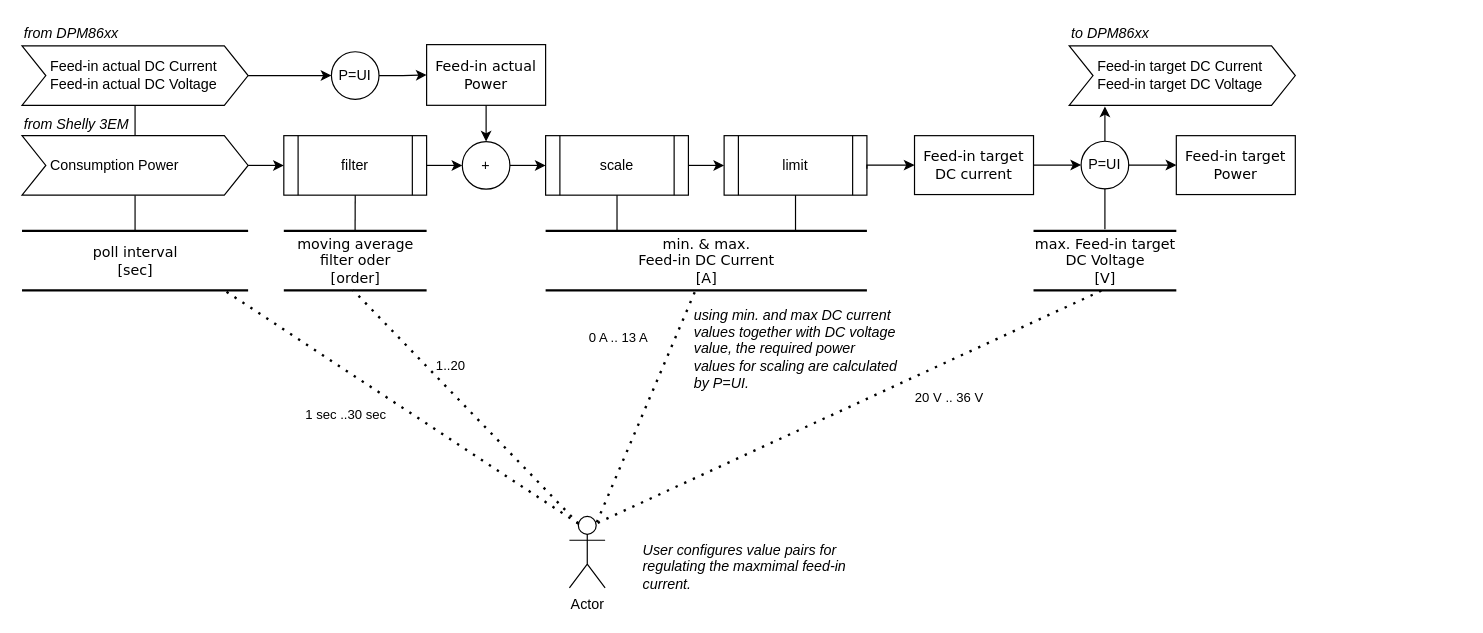
Earlier version of the draw.io diagram docs/images/processing.drawio (JoTid/PVZero). Source tidied: cells renumbered, new cells numbered last; positions are measured from the earlier drawing's top-left corner, leaving out a move shared by most shapes. Both pictures are drawn from the tidied source at 119%, with x=0, y=0 at pixel (21, 21).
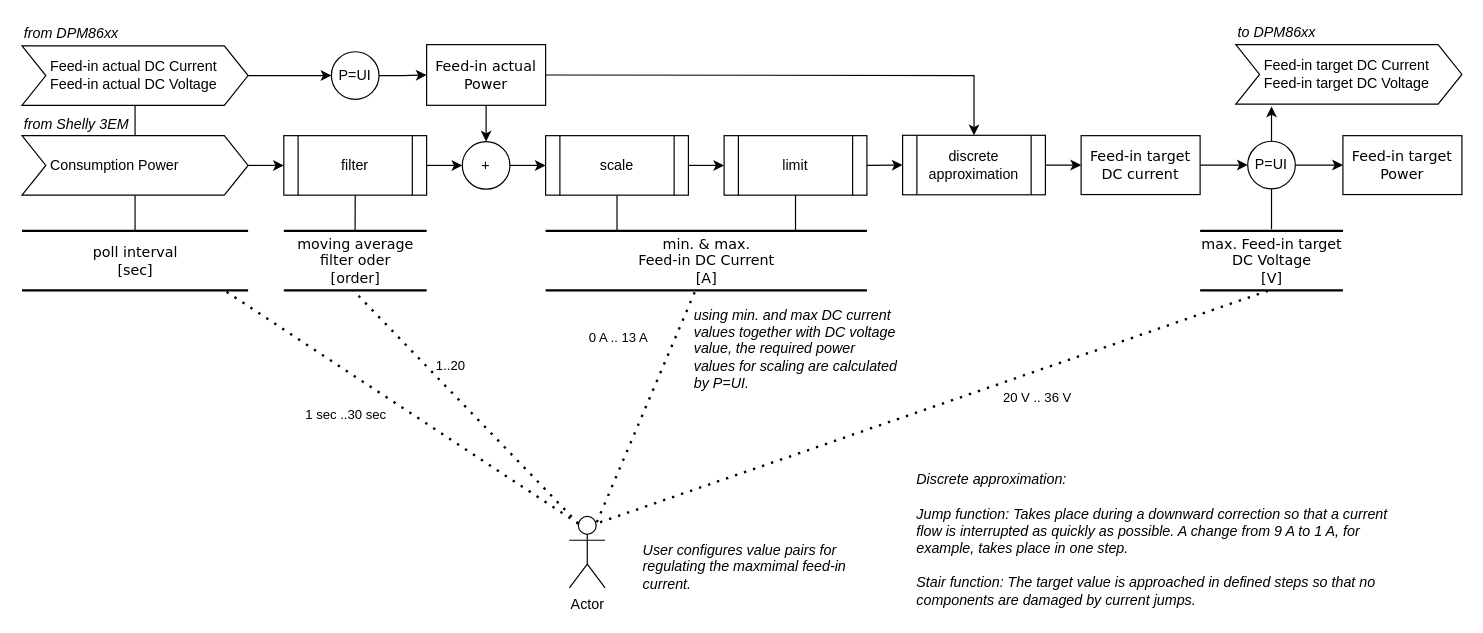
The same page after the edit.

Commit message (it also covers changes not shown here):
Update the description of control algorithm

The change refers to these unchanged cells:
```xml
<mxCell id="30" value="Feed-in actual&lt;br&gt;Power" style="whiteSpace=wrap;html=1;rounded=0;shadow=0;comic=0;labelBackgroundColor=none;strokeWidth=1;fontFamily=Verdana;fontSize=12;align=center;fillColor=none;" parent="1" vertex="1">
  <mxGeometry x="340" y="19" width="100" height="51" as="geometry" />
</mxCell>
<mxCell id="37" value="limit" style="shape=process;whiteSpace=wrap;html=1;backgroundOutline=1;fillColor=none;" parent="1" vertex="1">
  <mxGeometry x="590" y="95.5" width="120" height="50" as="geometry" />
</mxCell>
```

Diff of the diagram source:
```diff
@@
     <mxCell id="2" value="max. Feed-in target&lt;br&gt;DC Voltage&lt;br&gt;[V]" style="html=1;rounded=0;shadow=0;comic=0;labelBackgroundColor=none;strokeWidth=2;fontFamily=Verdana;fontSize=12;align=center;shape=mxgraph.ios7ui.horLines;fillColor=none;" parent="1" vertex="1">
-      <mxGeometry x="850" y="175.5" width="120" height="50" as="geometry" />
+      <mxGeometry x="990" y="175.5" width="120" height="50" as="geometry" />
     </mxCell>
@@
-    <mxCell id="4" style="edgeStyle=orthogonalEdgeStyle;rounded=0;jettySize=auto;html=1;entryX=0;entryY=0.5;entryDx=0;entryDy=0;" parent="1" edge="1" target="8">
-      <mxGeometry relative="1" as="geometry">
-        <mxPoint x="710" y="123.4" as="sourcePoint" />
-        <Array as="points">
-          <mxPoint x="710" y="123.5" />
-          <mxPoint x="710" y="123.5" />
-        </Array>
-      </mxGeometry>
-    </mxCell>
@@
     <mxCell id="8" value="Feed-in target DC current" style="whiteSpace=wrap;html=1;rounded=0;shadow=0;comic=0;labelBackgroundColor=none;strokeWidth=1;fontFamily=Verdana;fontSize=12;align=center;fillColor=none;spacingLeft=0;" parent="1" vertex="1">
-      <mxGeometry x="750" y="95.5" width="100" height="49.5" as="geometry" />
+      <mxGeometry x="890" y="95.5" width="100" height="49.5" as="geometry" />
     </mxCell>
@@
     <mxCell id="35" value="Feed-in target&lt;br&gt;Power" style="whiteSpace=wrap;html=1;rounded=0;shadow=0;comic=0;labelBackgroundColor=none;strokeWidth=1;fontFamily=Verdana;fontSize=12;align=center;fillColor=none;spacingLeft=0;" parent="1" vertex="1">
-      <mxGeometry x="970" y="95.5" width="100" height="49.5" as="geometry" />
+      <mxGeometry x="1110" y="95.5" width="100" height="49.5" as="geometry" />
     </mxCell>
     <mxCell id="36" value="P=UI" style="ellipse;whiteSpace=wrap;html=1;" parent="1" vertex="1">
-      <mxGeometry x="890" y="100.2" width="40" height="40" as="geometry" />
+      <mxGeometry x="1030" y="100.2" width="40" height="40" as="geometry" />
     </mxCell>
@@
     <mxCell id="44" value="Feed-in target DC Current&lt;br style=&quot;border-color: var(--border-color);&quot;&gt;Feed-in target DC Voltage" style="shape=step;perimeter=stepPerimeter;whiteSpace=wrap;html=1;fixedSize=1;spacingLeft=22;align=left;" parent="1" vertex="1">
-      <mxGeometry x="880" y="20" width="190" height="50" as="geometry" />
+      <mxGeometry x="1020" y="19" width="190" height="50" as="geometry" />
     </mxCell>
     <mxCell id="45" style="endArrow=classic;html=1;rounded=0;exitX=0.5;exitY=0;exitDx=0;exitDy=0;" parent="1" edge="1" source="36">
       <mxGeometry relative="1" as="geometry">
-        <mxPoint x="910" y="71" as="targetPoint" />
+        <mxPoint x="1050" y="71" as="targetPoint" />
       </mxGeometry>
     </mxCell>
     <mxCell id="46" value="&lt;i&gt;to DPM86xx&lt;/i&gt;" style="text;html=1;align=left;verticalAlign=middle;whiteSpace=wrap;rounded=0;" parent="1" vertex="1">
-      <mxGeometry x="880" width="110" height="20" as="geometry" />
+      <mxGeometry x="1020" y="-1" width="110" height="20" as="geometry" />
     </mxCell>
@@
+    <mxCell id="49" value="discrete approximation" style="shape=process;whiteSpace=wrap;html=1;backgroundOutline=1;fillColor=none;" parent="1" vertex="1">
+      <mxGeometry x="740" y="95.2" width="120" height="50" as="geometry" />
+    </mxCell>
+    <mxCell id="50" style="endArrow=classic;html=1;rounded=0;entryX=0;entryY=0.5;entryDx=0;entryDy=0;exitX=1;exitY=0.5;exitDx=0;exitDy=0;" parent="1" edge="1" source="37" target="49">
+      <mxGeometry relative="1" as="geometry" />
+    </mxCell>
+    <mxCell id="51" style="endArrow=classic;html=1;rounded=0;entryX=0;entryY=0.5;entryDx=0;entryDy=0;exitX=1;exitY=0.5;exitDx=0;exitDy=0;" parent="1" edge="1" source="49" target="8">
+      <mxGeometry relative="1" as="geometry" />
+    </mxCell>
+    <mxCell id="52" value="&lt;div&gt;Discrete approximation:&lt;br&gt;&lt;/div&gt;&lt;div&gt;&lt;br&gt;&lt;/div&gt;&lt;div&gt;Jump function: Takes place during a downward correction so that a current flow is interrupted as quickly as possible. A change from 9 A to 1 A, for example, takes place in one step.&lt;/div&gt;&lt;div&gt;&lt;br&gt;&lt;/div&gt;&lt;div&gt;Stair function: The target value is approached in defined steps so that no components are damaged by current jumps.&lt;/div&gt;" style="text;html=1;strokeColor=none;fillColor=none;align=left;verticalAlign=middle;whiteSpace=wrap;rounded=0;fontStyle=2;" parent="1" vertex="1">
+      <mxGeometry x="750" y="375" width="400" height="120" as="geometry" />
+    </mxCell>
+    <mxCell id="53" style="endArrow=classic;html=1;rounded=0;exitX=1;exitY=0.5;exitDx=0;exitDy=0;entryX=0.5;entryY=0;entryDx=0;entryDy=0;" parent="1" edge="1" source="30" target="49">
+      <mxGeometry relative="1" as="geometry">
+        <Array as="points">
+          <mxPoint x="800" y="45" />
+        </Array>
+      </mxGeometry>
+    </mxCell>
```
